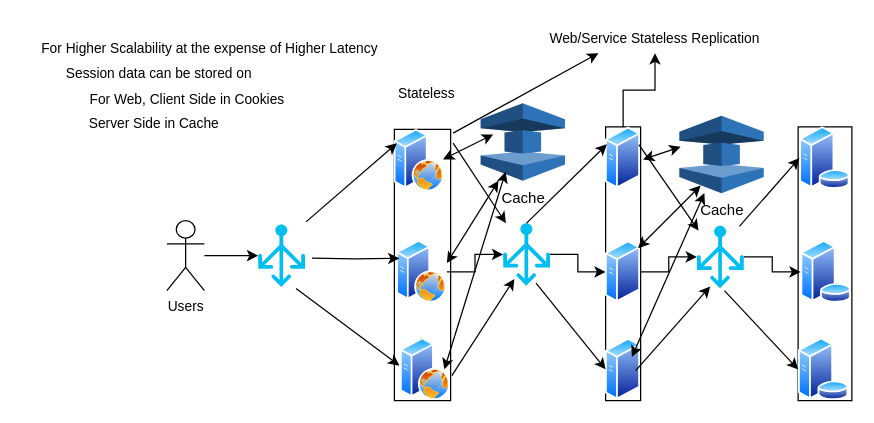
Above: Web_Stateless_Replication.drawio in dev-resources-millenium/ReferencesForEnterpriseApps (draw.io), before the change. Source tidied: cells renumbered, new cells numbered last; positions are measured from the earlier drawing's top-left corner, leaving out a move shared by most shapes. Both pictures are drawn from the tidied source at 125%, with x=0, y=0 at pixel (21, 21).
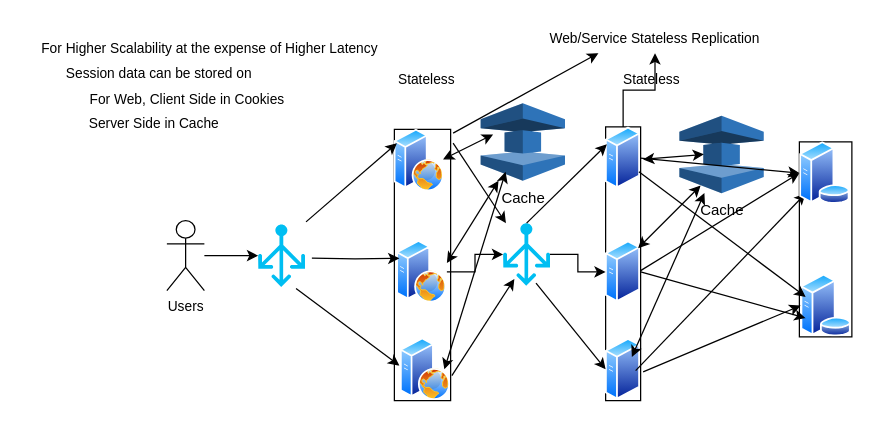
Above is the later version.

The change refers to these unchanged cells:
```xml
<mxCell id="7" style="image;perimeter=ellipsePerimeter;html=1;align=center;shadow=0;dashed=0;spacingTop=3;image=img/lib/active_directory/generic_server.svg;" parent="6" vertex="1">
  <mxGeometry y="91" width="28" height="50" as="geometry" />
</mxCell>
<mxCell id="9" style="image;perimeter=ellipsePerimeter;html=1;align=center;shadow=0;dashed=0;spacingTop=3;image=img/lib/active_directory/generic_server.svg;" parent="6" vertex="1">
  <mxGeometry width="28" height="50" as="geometry" />
</mxCell>
<mxCell id="45" value="Cache" style="outlineConnect=0;dashed=0;verticalLabelPosition=bottom;verticalAlign=top;align=center;html=1;shape=mxgraph.aws3.elasticache;fillColor=#2E73B8;gradientColor=none;" parent="1" vertex="1">
  <mxGeometry x="526" y="75" width="67.5" height="62" as="geometry" />
</mxCell>
```

Diff of the diagram source:
```diff
@@
-    <mxCell id="10" style="group;strokeColor=default;" parent="1" vertex="1">
-      <mxGeometry x="621" y="84" width="43" height="219" as="geometry" />
-    </mxCell>
-    <mxCell id="11" style="image;perimeter=ellipsePerimeter;html=1;align=center;shadow=0;dashed=0;spacingTop=3;image=img/lib/active_directory/database_server.svg;" parent="10" vertex="1">
-      <mxGeometry x="2" y="91" width="41" height="50" as="geometry" />
-    </mxCell>
-    <mxCell id="12" style="image;perimeter=ellipsePerimeter;html=1;align=center;shadow=0;dashed=0;spacingTop=3;image=img/lib/active_directory/database_server.svg;" parent="10" vertex="1">
-      <mxGeometry x="1" width="41" height="50" as="geometry" />
-    </mxCell>
-    <mxCell id="13" style="image;perimeter=ellipsePerimeter;html=1;align=center;shadow=0;dashed=0;spacingTop=3;image=img/lib/active_directory/database_server.svg;" parent="10" vertex="1">
-      <mxGeometry y="169" width="41" height="50" as="geometry" />
-    </mxCell>
@@
     <mxCell id="15" value="Stateless" style="text;html=1;strokeColor=none;fillColor=none;align=center;verticalAlign=middle;whiteSpace=wrap;rounded=0;fontSize=11;fontFamily=Helvetica;fontColor=default;" parent="1" vertex="1">
-      <mxGeometry x="294" y="42" width="60" height="30" as="geometry" />
+      <mxGeometry x="294" y="31" width="60" height="30" as="geometry" />
     </mxCell>
@@
-    <mxCell id="29" style="edgeStyle=orthogonalEdgeStyle;shape=connector;rounded=0;jettySize=auto;html=1;labelBackgroundColor=default;strokeColor=default;align=center;verticalAlign=middle;fontFamily=Helvetica;fontSize=11;fontColor=default;endArrow=classic;" parent="1" edge="1" source="30" target="11">
-      <mxGeometry relative="1" as="geometry" />
-    </mxCell>
-    <mxCell id="30" style="verticalLabelPosition=bottom;html=1;verticalAlign=top;align=center;strokeColor=none;fillColor=#00BEF2;shape=mxgraph.azure.load_balancer_generic;fontFamily=Helvetica;fontSize=11;fontColor=default;" parent="1" vertex="1">
-      <mxGeometry x="540" y="163" width="37.5" height="50" as="geometry" />
-    </mxCell>
-    <mxCell id="31" style="endArrow=classic;html=1;rounded=0;labelBackgroundColor=default;strokeColor=default;align=center;verticalAlign=middle;fontFamily=Helvetica;fontSize=11;fontColor=default;shape=connector;exitX=1;exitY=0.25;exitDx=0;exitDy=0;entryX=0.036;entryY=0.08;entryDx=0;entryDy=0;entryPerimeter=0;" parent="1" edge="1" source="9" target="30">
-      <mxGeometry relative="1" as="geometry" />
-    </mxCell>
-    <mxCell id="32" style="endArrow=classic;html=1;rounded=0;labelBackgroundColor=default;strokeColor=default;align=center;verticalAlign=middle;fontFamily=Helvetica;fontSize=11;fontColor=default;shape=connector;entryX=0.284;entryY=0.973;entryDx=0;entryDy=0;entryPerimeter=0;" parent="1" edge="1" target="30">
+    <mxCell id="32" style="endArrow=classic;html=1;rounded=0;labelBackgroundColor=default;strokeColor=default;align=center;verticalAlign=middle;fontFamily=Helvetica;fontSize=11;fontColor=default;shape=connector;" parent="1" edge="1" target="12">
       <mxGeometry relative="1" as="geometry">
         <mxPoint x="491" y="279" as="sourcePoint" />
       </mxGeometry>
     </mxCell>
-    <mxCell id="33" style="edgeStyle=orthogonalEdgeStyle;shape=connector;rounded=0;jettySize=auto;html=1;labelBackgroundColor=default;strokeColor=default;align=center;verticalAlign=middle;fontFamily=Helvetica;fontSize=11;fontColor=default;endArrow=classic;" parent="1" edge="1" source="7" target="30">
-      <mxGeometry relative="1" as="geometry" />
-    </mxCell>
-    <mxCell id="34" style="endArrow=classic;html=1;rounded=0;labelBackgroundColor=default;strokeColor=default;align=center;verticalAlign=middle;fontFamily=Helvetica;fontSize=11;fontColor=default;shape=connector;entryX=0;entryY=0.5;entryDx=0;entryDy=0;exitX=0.907;exitY=0.013;exitDx=0;exitDy=0;exitPerimeter=0;" parent="1" edge="1" source="30" target="12">
-      <mxGeometry relative="1" as="geometry" />
-    </mxCell>
-    <mxCell id="35" style="endArrow=classic;html=1;rounded=0;labelBackgroundColor=default;strokeColor=default;align=center;verticalAlign=middle;fontFamily=Helvetica;fontSize=11;fontColor=default;shape=connector;entryX=0;entryY=0.5;entryDx=0;entryDy=0;" parent="1" edge="1" target="13">
-      <mxGeometry relative="1" as="geometry">
-        <mxPoint x="562" y="215" as="sourcePoint" />
-      </mxGeometry>
-    </mxCell>
@@
-    <mxCell id="46" style="endArrow=classic;startArrow=classic;html=1;rounded=0;" parent="1" edge="1">
+    <mxCell id="46" style="endArrow=classic;startArrow=classic;html=1;rounded=0;entryX=0.29;entryY=0.5;entryDx=0;entryDy=0;entryPerimeter=0;" parent="1" edge="1" target="45">
       <mxGeometry relative="1" as="geometry">
         <mxPoint x="497" y="110" as="sourcePoint" />
-        <mxPoint x="527" y="100" as="targetPoint" />
       </mxGeometry>
     </mxCell>
@@
+    <mxCell id="50" value="Stateless" style="text;html=1;strokeColor=none;fillColor=none;align=center;verticalAlign=middle;whiteSpace=wrap;rounded=0;fontSize=11;fontFamily=Helvetica;fontColor=default;" parent="1" vertex="1">
+      <mxGeometry x="474" y="31" width="60" height="30" as="geometry" />
+    </mxCell>
+    <mxCell id="51" style="group;strokeColor=default;" parent="1" vertex="1">
+      <mxGeometry x="622" y="96" width="42" height="156" as="geometry" />
+    </mxCell>
+    <mxCell id="11" style="image;perimeter=ellipsePerimeter;html=1;align=center;shadow=0;dashed=0;spacingTop=3;image=img/lib/active_directory/database_server.svg;" parent="51" vertex="1">
+      <mxGeometry x="1" y="106" width="41" height="50" as="geometry" />
+    </mxCell>
+    <mxCell id="12" style="image;perimeter=ellipsePerimeter;html=1;align=center;shadow=0;dashed=0;spacingTop=3;image=img/lib/active_directory/database_server.svg;" parent="51" vertex="1">
+      <mxGeometry width="41" height="50" as="geometry" />
+    </mxCell>
+    <mxCell id="52" style="endArrow=classic;html=1;rounded=0;labelBackgroundColor=default;strokeColor=default;align=center;verticalAlign=middle;fontFamily=Helvetica;fontSize=11;fontColor=default;shape=connector;entryX=0;entryY=0.5;entryDx=0;entryDy=0;" parent="1" edge="1" target="11">
+      <mxGeometry relative="1" as="geometry">
+        <mxPoint x="497" y="280" as="sourcePoint" />
+      </mxGeometry>
+    </mxCell>
+    <mxCell id="53" style="endArrow=classic;html=1;rounded=0;labelBackgroundColor=default;strokeColor=default;align=center;verticalAlign=middle;fontFamily=Helvetica;fontSize=11;fontColor=default;shape=connector;entryX=0;entryY=0.5;entryDx=0;entryDy=0;" parent="1" edge="1" target="12">
+      <mxGeometry relative="1" as="geometry">
+        <mxPoint x="495" y="199" as="sourcePoint" />
+      </mxGeometry>
+    </mxCell>
+    <mxCell id="54" style="endArrow=classic;html=1;rounded=0;labelBackgroundColor=default;strokeColor=default;align=center;verticalAlign=middle;fontFamily=Helvetica;fontSize=11;fontColor=default;shape=connector;exitX=1;exitY=0.5;exitDx=0;exitDy=0;" parent="1" edge="1" source="7">
+      <mxGeometry relative="1" as="geometry">
+        <mxPoint x="627" y="237" as="targetPoint" />
+      </mxGeometry>
+    </mxCell>
+    <mxCell id="55" style="endArrow=classic;html=1;rounded=0;labelBackgroundColor=default;strokeColor=default;align=center;verticalAlign=middle;fontFamily=Helvetica;fontSize=11;fontColor=default;shape=connector;entryX=0.098;entryY=0.36;entryDx=0;entryDy=0;exitX=1;exitY=0.75;exitDx=0;exitDy=0;entryPerimeter=0;" parent="1" edge="1" source="9" target="11">
+      <mxGeometry relative="1" as="geometry" />
+    </mxCell>
+    <mxCell id="56" style="endArrow=classic;html=1;rounded=0;labelBackgroundColor=default;strokeColor=default;align=center;verticalAlign=middle;fontFamily=Helvetica;fontSize=11;fontColor=default;shape=connector;entryX=0;entryY=0.5;entryDx=0;entryDy=0;exitX=1;exitY=0.5;exitDx=0;exitDy=0;" parent="1" edge="1" source="9" target="12">
+      <mxGeometry relative="1" as="geometry" />
+    </mxCell>
```
